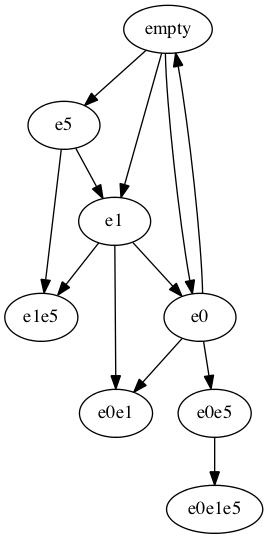
Earlier version of the Graphviz export tmp/ats.png (ryysd/PrototypePOR). Its source is kept beside it as tmp/ats.dot.
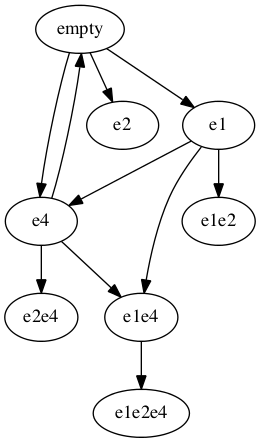
The same file after the commit.

Diff of the diagram source:
```diff
@@ -1,18 +1,16 @@
 strict digraph {
-  empty->e5;
+  empty->e4;
+  empty->e2;
+  empty->e2;
   empty->e1;
-  empty->e0;
-  empty->e5;
-  empty->e1;
-  empty->e5;
-  e5->e1e5;
-  e5->e1;
-  e1->e0e1;
-  e1->e1e5;
-  e1->e0;
-  e0->e0e5;
-  e0->e0e1;
-  e0->e0e1;
-  e0->empty;
-  e0e5->e0e1e5;
+  e1->e1e4;
+  e1->e1e2;
+  e1->e1e2;
+  e1->e4;
+  e4->e2e4;
+  e4->e2e4;
+  e4->e1e4;
+  e4->empty;
+  e1e4->e1e2e4;
+  e1e4->e1e2e4;
 }
```
